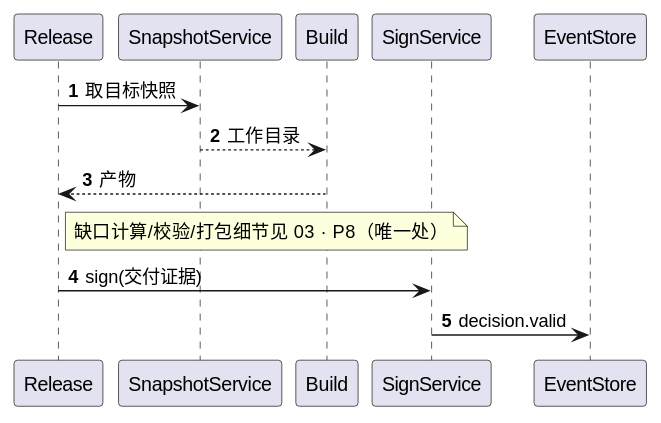
This is design/diagrams/uml-seq-release.svg from raitpor/dsh-software-dev-office, a PlantUML export, as it was before one commit. Its diagram source:
```plantuml
@startuml
autonumber
participant "Release" as R
participant "SnapshotService" as S
participant "Build" as B
participant "SignService" as Sig
participant "EventStore" as E

R -> S : 取目标快照
S --> B : 工作目录
B --> R : 产物
note right of R : 缺口计算/校验/打包细节见 03 · P8（唯一处）
R -> Sig : sign(交付证据)
Sig -> E : decision.valid
@enduml
```
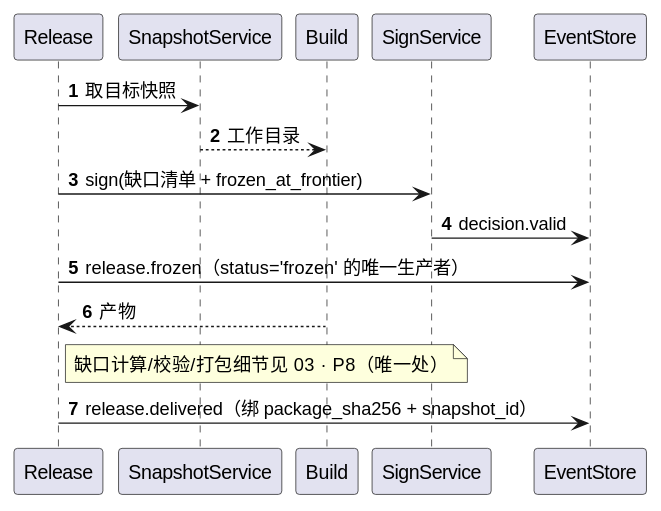
After the commit.

Diff of the diagram source:
```diff
@@ -8,8 +8,10 @@
 
 R -> S : 取目标快照
 S --> B : 工作目录
+R -> Sig : sign(缺口清单 + frozen_at_frontier)
+Sig -> E : decision.valid
+R -> E : release.frozen（status='frozen' 的唯一生产者）
 B --> R : 产物
 note right of R : 缺口计算/校验/打包细节见 03 · P8（唯一处）
-R -> Sig : sign(交付证据)
-Sig -> E : decision.valid
+R -> E : release.delivered（绑 package_sha256 + snapshot_id）
 @enduml
```
